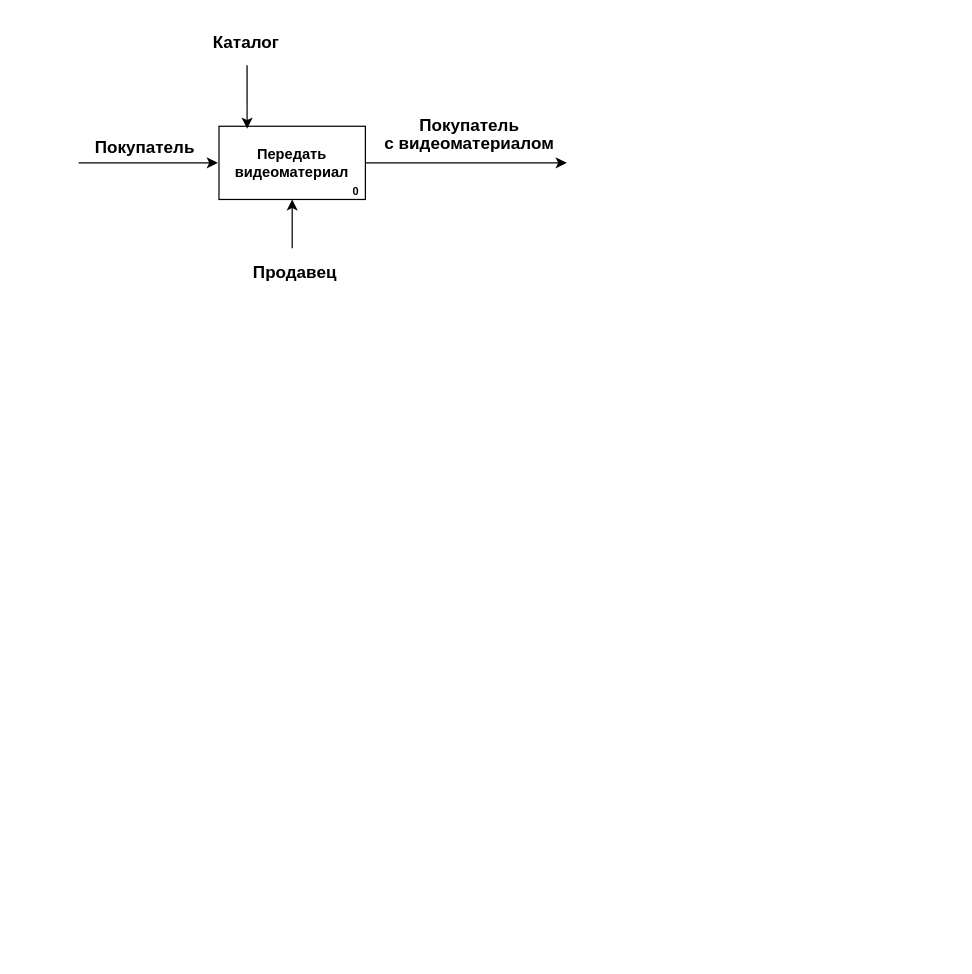
Above: IDEF0.drawio in SpaleRud/OPDiagrams (draw.io), before the change. Source tidied: cells renumbered, new cells numbered last; positions are measured from the earlier drawing's top-left corner, leaving out a move shared by most shapes. Both pictures are drawn from the tidied source at 122%, with x=0, y=0 at pixel (78, 22).
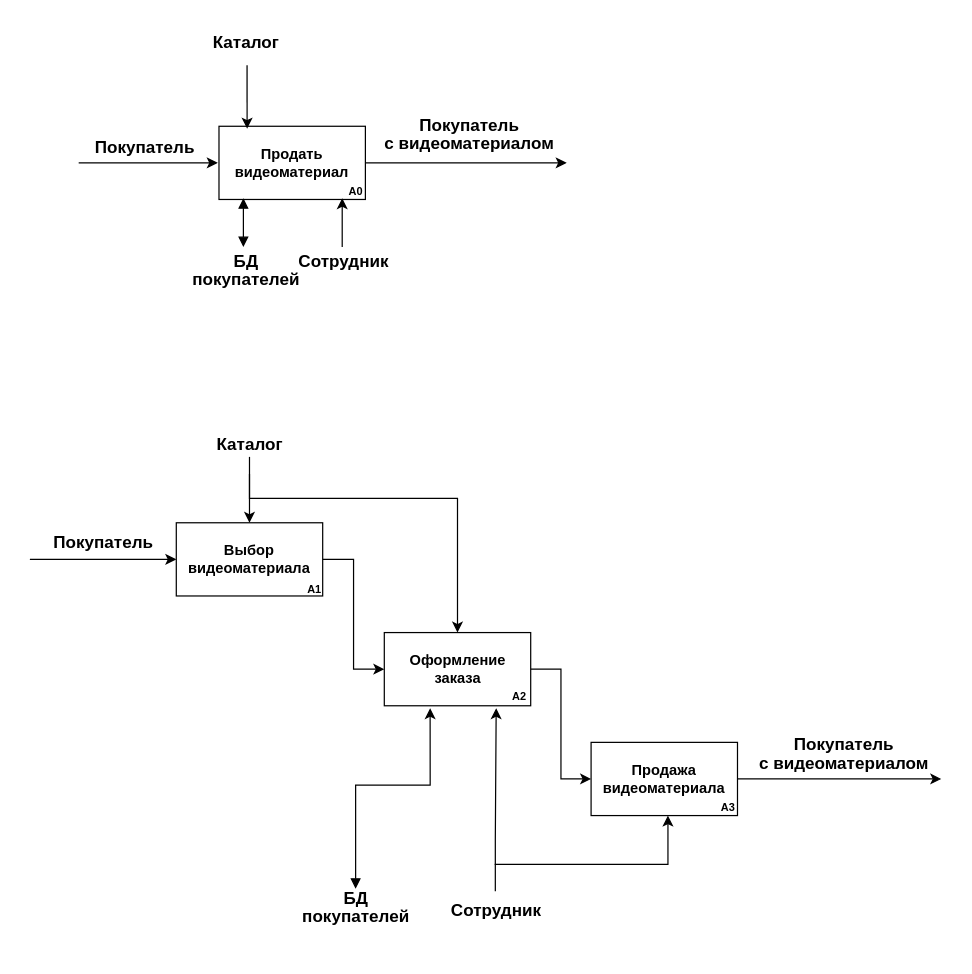
The same page after the edit.

Diff of the diagram source:
```diff
@@
-    <mxCell id="3" value="&lt;b&gt;Передать видеоматериал&lt;/b&gt;" style="rounded=0;whiteSpace=wrap;html=1;" parent="1" vertex="1">
+    <mxCell id="3" value="&lt;b&gt;Продать видеоматериал&lt;/b&gt;" style="rounded=0;whiteSpace=wrap;html=1;" parent="1" vertex="1">
       <mxGeometry x="115" y="85" width="120" height="60" as="geometry" />
     </mxCell>
@@
-    <mxCell id="6" value="&lt;font style=&quot;font-size: 9px;&quot;&gt;0&lt;/font&gt;" style="text;strokeColor=none;fillColor=none;html=1;fontSize=24;fontStyle=1;verticalAlign=middle;align=center;" parent="1" vertex="1">
+    <mxCell id="6" value="&lt;font style=&quot;font-size: 9px;&quot;&gt;А0&lt;/font&gt;" style="text;strokeColor=none;fillColor=none;html=1;fontSize=24;fontStyle=1;verticalAlign=middle;align=center;" parent="1" vertex="1">
       <mxGeometry x="217" y="124" width="20" height="20" as="geometry" />
     </mxCell>
@@
-    <mxCell id="8" style="endArrow=classic;html=1;rounded=0;entryX=0.5;entryY=1;entryDx=0;entryDy=0;" parent="1" edge="1" target="3">
+    <mxCell id="8" style="endArrow=classic;html=1;rounded=0;entryX=0.5;entryY=1;entryDx=0;entryDy=0;" parent="1" edge="1">
       <mxGeometry relative="1" as="geometry">
-        <mxPoint x="175" y="185" as="sourcePoint" />
+        <mxPoint x="216" y="184" as="sourcePoint" />
+        <mxPoint x="216" y="144" as="targetPoint" />
       </mxGeometry>
     </mxCell>
-    <mxCell id="9" value="&lt;font style=&quot;font-size: 14px;&quot;&gt;Продавец&lt;br&gt;&lt;/font&gt;" style="text;strokeColor=none;fillColor=none;html=1;fontSize=24;fontStyle=1;verticalAlign=middle;align=center;" parent="1" vertex="1">
-      <mxGeometry x="130" y="189" width="93" height="26" as="geometry" />
+    <mxCell id="9" value="&lt;font style=&quot;font-size: 14px;&quot;&gt;Сотрудник&lt;br&gt;&lt;/font&gt;" style="text;strokeColor=none;fillColor=none;html=1;fontSize=24;fontStyle=1;verticalAlign=middle;align=center;" parent="1" vertex="1">
+      <mxGeometry x="170" y="180" width="93" height="26" as="geometry" />
     </mxCell>
@@
+    <mxCell id="12" value="&lt;font style=&quot;font-size: 14px;&quot;&gt;Покупатель&lt;/font&gt;" style="text;strokeColor=none;fillColor=none;html=1;fontSize=24;fontStyle=1;verticalAlign=middle;align=center;" parent="1" vertex="1">
+      <mxGeometry x="-27" y="410" width="93" height="26" as="geometry" />
+    </mxCell>
+    <mxCell id="13" style="endArrow=classic;html=1;rounded=0;exitX=1;exitY=0.5;exitDx=0;exitDy=0;" parent="1" edge="1" source="34">
+      <mxGeometry relative="1" as="geometry">
+        <mxPoint x="707" y="620" as="targetPoint" />
+      </mxGeometry>
+    </mxCell>
+    <mxCell id="14" value="&lt;p style=&quot;line-height: 50%;&quot;&gt;&lt;font style=&quot;font-size: 14px;&quot;&gt;Покупатель&lt;br&gt;с видеоматериалом&lt;br&gt;&lt;/font&gt;&lt;/p&gt;" style="text;strokeColor=none;fillColor=none;html=1;fontSize=24;fontStyle=1;verticalAlign=middle;align=center;" parent="1" vertex="1">
+      <mxGeometry x="558" y="573" width="138" height="47" as="geometry" />
+    </mxCell>
+    <mxCell id="15" style="endArrow=classic;html=1;rounded=0;entryX=0.5;entryY=1;entryDx=0;entryDy=0;edgeStyle=orthogonalEdgeStyle;exitX=0.5;exitY=0;exitDx=0;exitDy=0;" parent="1" edge="1" source="16">
+      <mxGeometry relative="1" as="geometry">
+        <mxPoint x="342.2" y="562" as="targetPoint" />
+        <Array as="points">
+          <mxPoint x="342" y="670" />
+        </Array>
+      </mxGeometry>
+    </mxCell>
+    <mxCell id="16" value="&lt;font style=&quot;font-size: 14px;&quot;&gt;Сотрудник&lt;br&gt;&lt;/font&gt;" style="text;strokeColor=none;fillColor=none;html=1;fontSize=24;fontStyle=1;verticalAlign=middle;align=center;" parent="1" vertex="1">
+      <mxGeometry x="295" y="712" width="93" height="26" as="geometry" />
+    </mxCell>
+    <mxCell id="17" style="endArrow=classic;html=1;rounded=0;entryX=0.5;entryY=1;entryDx=0;entryDy=0;edgeStyle=orthogonalEdgeStyle;" parent="1" edge="1">
+      <mxGeometry relative="1" as="geometry">
+        <mxPoint x="341" y="690" as="sourcePoint" />
+        <mxPoint x="483" y="650" as="targetPoint" />
+        <Array as="points">
+          <mxPoint x="483" y="690" />
+        </Array>
+      </mxGeometry>
+    </mxCell>
+    <mxCell id="18" style="endArrow=classic;html=1;rounded=0;entryX=0.5;entryY=0;entryDx=0;entryDy=0;exitX=0.5;exitY=1;exitDx=0;exitDy=0;" parent="1" edge="1" source="19" target="31">
+      <mxGeometry relative="1" as="geometry" />
+    </mxCell>
+    <mxCell id="19" value="&lt;font style=&quot;font-size: 14px;&quot;&gt;Каталог&lt;br&gt;&lt;/font&gt;" style="text;strokeColor=none;fillColor=none;html=1;fontSize=24;fontStyle=1;verticalAlign=middle;align=center;" parent="1" vertex="1">
+      <mxGeometry x="93.5" y="330" width="93" height="26" as="geometry" />
+    </mxCell>
+    <mxCell id="20" style="endArrow=classic;html=1;rounded=0;entryX=0.5;entryY=0;entryDx=0;entryDy=0;edgeStyle=orthogonalEdgeStyle;elbow=vertical;" parent="1" edge="1" target="28">
+      <mxGeometry relative="1" as="geometry">
+        <mxPoint x="140" y="370" as="sourcePoint" />
+        <Array as="points">
+          <mxPoint x="140" y="390" />
+          <mxPoint x="311" y="390" />
+        </Array>
+      </mxGeometry>
+    </mxCell>
+    <mxCell id="21" style="endArrow=classic;html=1;rounded=0;entryX=0;entryY=0.5;entryDx=0;entryDy=0;exitX=1;exitY=0.5;exitDx=0;exitDy=0;edgeStyle=orthogonalEdgeStyle;" parent="1" edge="1" source="31" target="28">
+      <mxGeometry relative="1" as="geometry" />
+    </mxCell>
+    <mxCell id="22" style="endArrow=classic;html=1;rounded=0;entryX=0;entryY=0.5;entryDx=0;entryDy=0;exitX=1;exitY=0.5;exitDx=0;exitDy=0;edgeStyle=orthogonalEdgeStyle;" parent="1" edge="1" source="28" target="34">
+      <mxGeometry relative="1" as="geometry" />
+    </mxCell>
+    <mxCell id="23" style="endArrow=block;html=1;rounded=0;entryX=0.5;entryY=1;entryDx=0;entryDy=0;endFill=1;startArrow=block;startFill=1;" parent="1" edge="1">
+      <mxGeometry relative="1" as="geometry">
+        <mxPoint x="135" y="184" as="sourcePoint" />
+        <mxPoint x="135" y="144" as="targetPoint" />
+      </mxGeometry>
+    </mxCell>
+    <mxCell id="24" value="&lt;p style=&quot;line-height: 50%;&quot;&gt;&lt;font style=&quot;font-size: 14px;&quot;&gt;БД&lt;br&gt;покупателей&lt;br&gt;&lt;/font&gt;&lt;/p&gt;" style="text;strokeColor=none;fillColor=none;html=1;fontSize=24;fontStyle=1;verticalAlign=middle;align=center;" parent="1" vertex="1">
+      <mxGeometry x="90" y="188" width="93" height="26" as="geometry" />
+    </mxCell>
+    <mxCell id="25" value="&lt;p style=&quot;line-height: 50%;&quot;&gt;&lt;font style=&quot;font-size: 14px;&quot;&gt;БД&lt;br&gt;покупателей&lt;br&gt;&lt;/font&gt;&lt;/p&gt;" style="text;strokeColor=none;fillColor=none;html=1;fontSize=24;fontStyle=1;verticalAlign=middle;align=center;" parent="1" vertex="1">
+      <mxGeometry x="180.5" y="710" width="93" height="26" as="geometry" />
+    </mxCell>
+    <mxCell id="26" style="endArrow=classic;html=1;rounded=0;entryX=0.313;entryY=1.033;entryDx=0;entryDy=0;edgeStyle=orthogonalEdgeStyle;entryPerimeter=0;exitX=0.5;exitY=0;exitDx=0;exitDy=0;startArrow=block;startFill=1;" parent="1" edge="1" source="25" target="28">
+      <mxGeometry relative="1" as="geometry">
+        <Array as="points">
+          <mxPoint x="227" y="625" />
+          <mxPoint x="288" y="625" />
+        </Array>
+      </mxGeometry>
+    </mxCell>
+    <mxCell id="27" style="group;" parent="1" vertex="1">
+      <mxGeometry x="250.5" y="500" width="120.5" height="60" as="geometry" />
+    </mxCell>
+    <mxCell id="28" value="&lt;b&gt;Оформление&lt;br&gt;заказа&lt;/b&gt;" style="rounded=0;whiteSpace=wrap;html=1;" parent="27" vertex="1">
+      <mxGeometry width="120" height="60" as="geometry" />
+    </mxCell>
+    <mxCell id="29" value="&lt;font style=&quot;font-size: 9px;&quot;&gt;А2&lt;/font&gt;" style="text;strokeColor=none;fillColor=none;html=1;fontSize=24;fontStyle=1;verticalAlign=middle;align=center;" parent="27" vertex="1">
+      <mxGeometry x="100.5" y="38" width="20" height="20" as="geometry" />
+    </mxCell>
+    <mxCell id="30" style="group;" parent="1" vertex="1">
+      <mxGeometry x="80" y="410" width="123" height="60" as="geometry" />
+    </mxCell>
+    <mxCell id="31" value="&lt;b&gt;Выбор&lt;br&gt;видеоматериала&lt;/b&gt;" style="rounded=0;whiteSpace=wrap;html=1;" parent="30" vertex="1">
+      <mxGeometry width="120" height="60" as="geometry" />
+    </mxCell>
+    <mxCell id="32" value="&lt;font style=&quot;font-size: 9px;&quot;&gt;А1&lt;/font&gt;" style="text;strokeColor=none;fillColor=none;html=1;fontSize=24;fontStyle=1;verticalAlign=middle;align=center;" parent="30" vertex="1">
+      <mxGeometry x="103" y="40" width="20" height="20" as="geometry" />
+    </mxCell>
+    <mxCell id="33" style="group;" parent="1" vertex="1">
+      <mxGeometry x="420" y="590" width="122" height="60" as="geometry" />
+    </mxCell>
+    <mxCell id="34" value="&lt;b&gt;Продажа&lt;br&gt;видеоматериала&lt;/b&gt;" style="rounded=0;whiteSpace=wrap;html=1;" parent="33" vertex="1">
+      <mxGeometry width="120" height="60" as="geometry" />
+    </mxCell>
+    <mxCell id="35" value="&lt;font style=&quot;font-size: 9px;&quot;&gt;А3&lt;/font&gt;" style="text;strokeColor=none;fillColor=none;html=1;fontSize=24;fontStyle=1;verticalAlign=middle;align=center;" parent="33" vertex="1">
+      <mxGeometry x="102" y="39" width="20" height="20" as="geometry" />
+    </mxCell>
+    <mxCell id="36" style="endArrow=classic;html=1;rounded=0;entryX=0;entryY=0.5;entryDx=0;entryDy=0;" parent="1" edge="1" target="31">
+      <mxGeometry relative="1" as="geometry">
+        <mxPoint x="-40" y="440" as="sourcePoint" />
+      </mxGeometry>
+    </mxCell>
```
